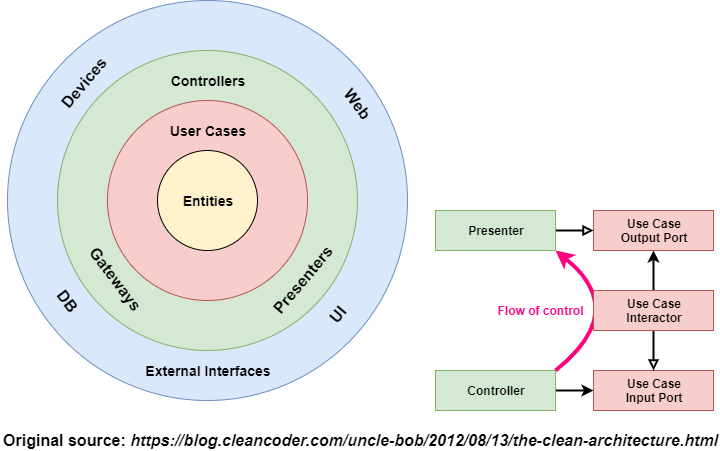
This is docs/imgs/the-clean-architecture.png from phongnguyend/Practical.CleanArchitecture, a draw.io export, as it was before one commit. Source tidied: cells renumbered, new cells last; positions are measured from the earlier drawing's top-left corner, leaving out a move shared by most shapes.
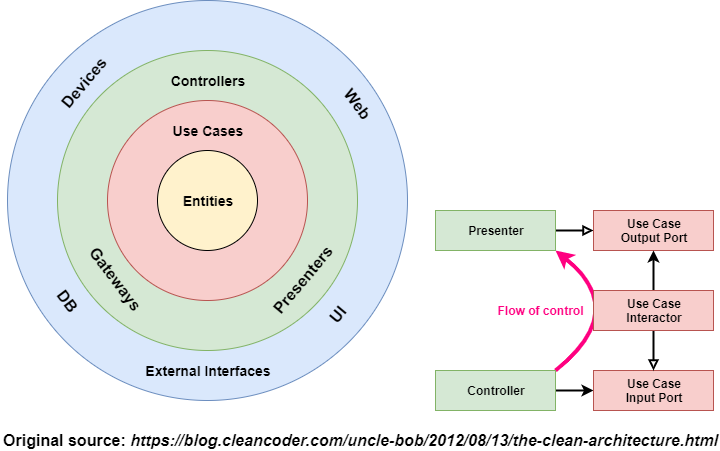
Later version of the same file.

The edit, as a diff of the source:
```diff
@@ -23,7 +23,7 @@
     <mxCell id="8" value="Entities" style="ellipse;whiteSpace=wrap;html=1;fillColor=#FFF2CC;fontStyle=1;fontSize=14;" parent="1" vertex="1">
       <mxGeometry x="157" y="150" width="100" height="100" as="geometry" />
     </mxCell>
-    <mxCell id="9" value="User Cases" style="text;html=1;strokeColor=none;fillColor=none;align=center;verticalAlign=middle;whiteSpace=wrap;rounded=0;fontStyle=1;fontSize=14;" parent="1" vertex="1">
+    <mxCell id="9" value="Use Cases" style="text;html=1;strokeColor=none;fillColor=none;align=center;verticalAlign=middle;whiteSpace=wrap;rounded=0;fontStyle=1;fontSize=14;" parent="1" vertex="1">
       <mxGeometry x="127" y="120" width="160" height="20" as="geometry" />
     </mxCell>
     <mxCell id="10" value="Original source: &lt;i&gt;https://blog.cleancoder.com/uncle-bob/2012/08/13/the-clean-architecture.html&lt;/i&gt;" style="text;html=1;strokeColor=none;fillColor=none;align=center;verticalAlign=middle;whiteSpace=wrap;rounded=0;fontSize=16;fontColor=#000000;fontStyle=1;" parent="1" vertex="1">
```
